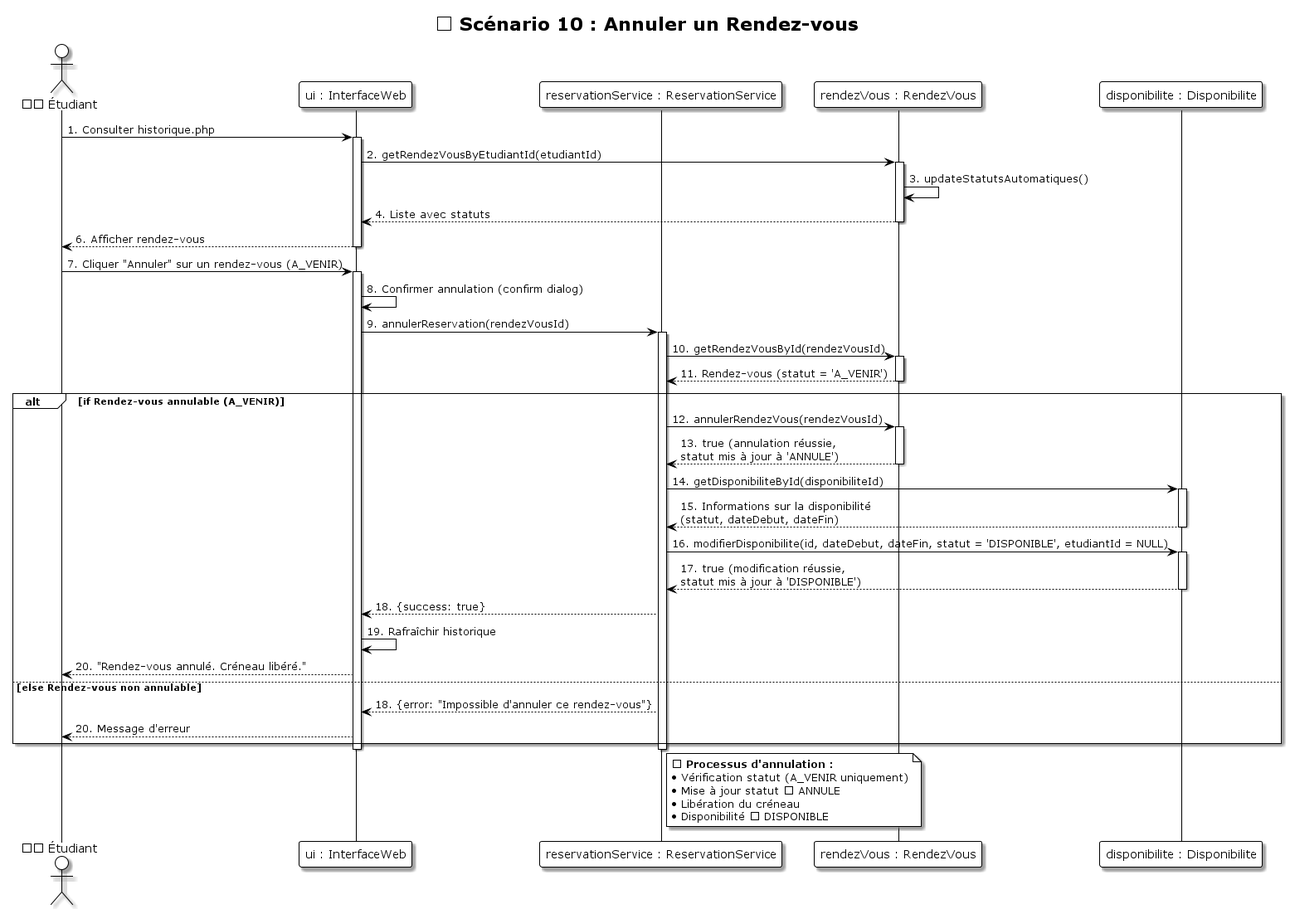
The PlantUML diagram UML/diagrammes_sequence/Sequence_10_Annuler_RendezVous.png in LLAbdul/LLAbdul-projet-tutoplus, before a commit.
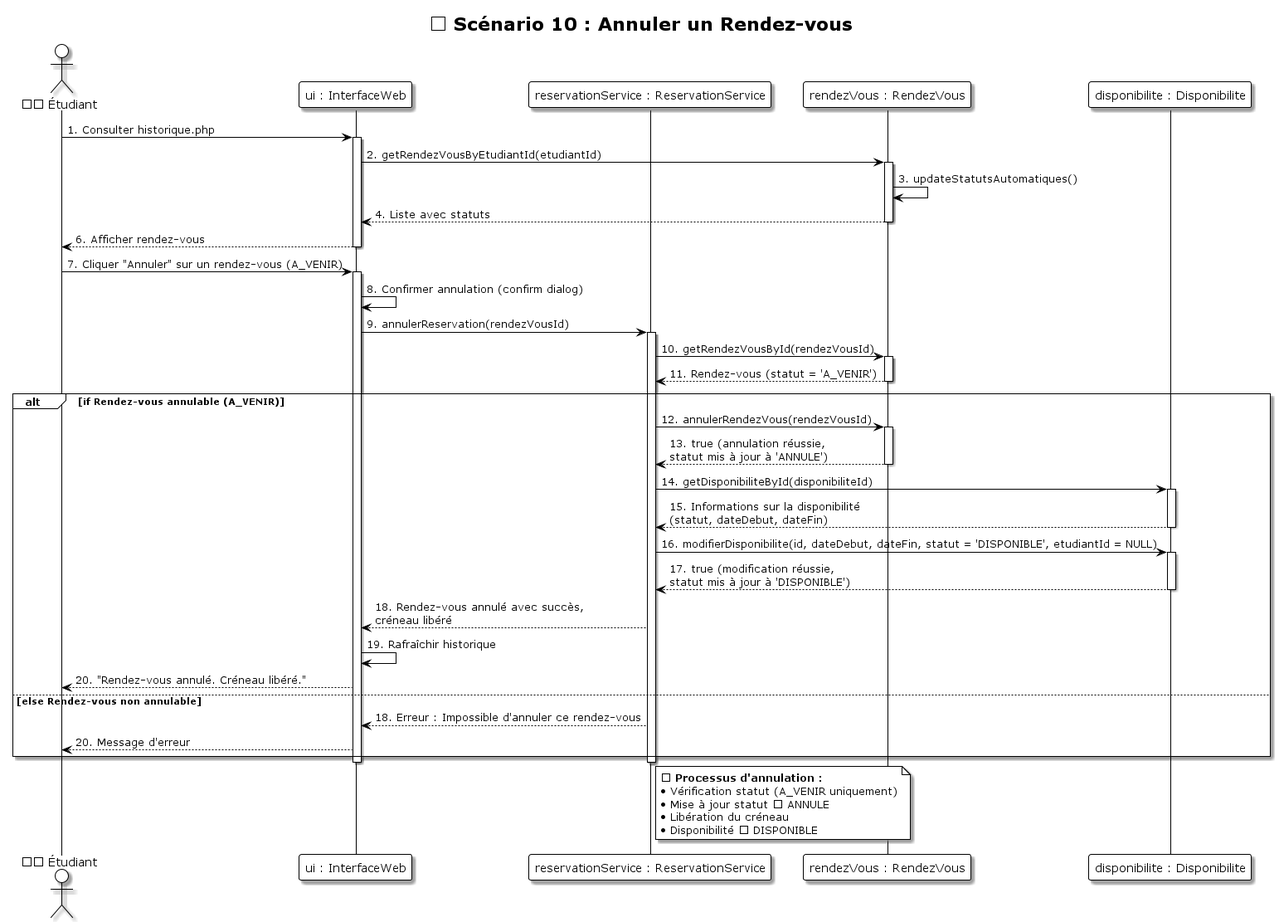
The same diagram one commit later.

Diff of the diagram source:
```diff
@@ -48,11 +48,11 @@
     Disponibilite --> ReservationService: 17. true (modification réussie,\nstatut mis à jour à 'DISPONIBLE')
     deactivate Disponibilite
 
-    ReservationService --> UI: 18. {success: true}
+    ReservationService --> UI: 18. Rendez-vous annulé avec succès,\ncréneau libéré
     UI -> UI: 19. Rafraîchir historique
     UI --> Etudiant: 20. "Rendez-vous annulé. Créneau libéré."
 else else Rendez-vous non annulable
-    ReservationService --> UI: 18. {error: "Impossible d'annuler ce rendez-vous"}
+    ReservationService --> UI: 18. Erreur : Impossible d'annuler ce rendez-vous
     UI --> Etudiant: 20. Message d'erreur
 end
 
```
